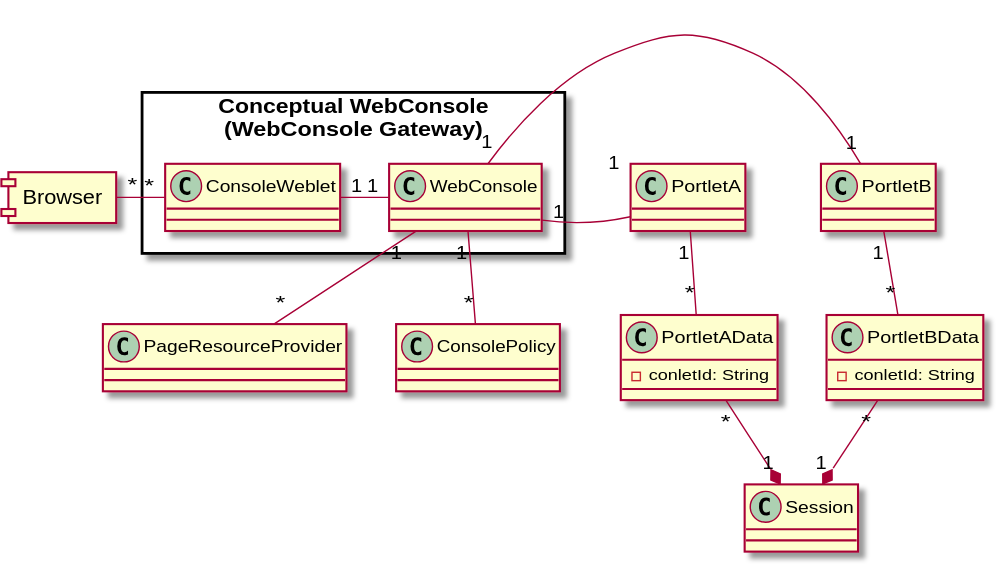
Earlier version of the PlantUML export javadoc-webconsole/org/jgrapes/webconsole/base/ConsoleStructure.svg (mnlipp/jgrapes). Source of this version:
```plantuml
@startuml
skinparam packageStyle rectangle
 allow_mixing

 component Browser

 package "Conceptual WebConsole\n(WebConsole Gateway)" {
    class WebConsole
 	  class ConsoleWeblet

    WebConsole "1" -left- "1" ConsoleWeblet
 }

 ConsoleWeblet "*" -left- "*" Browser

 together {

   WebConsole "1" -right- "1" PortletB
   WebConsole "1" -right- "1" PortletA

   class PortletAData {
     -conletId: String
   }

   PortletAData "*" -up- "1" PortletA

   class PortletBData {
     -conletId: String
   }

   PortletBData "*" -up- "1" PortletB

   PortletAData "*" -up-* "1" Session
   PortletBData "*" -up-* "1" Session
 }

 WebConsole "1" -down- "*" PageResourceProvider
 WebConsole "1" -down- "*" ConsolePolicy
@enduml
```
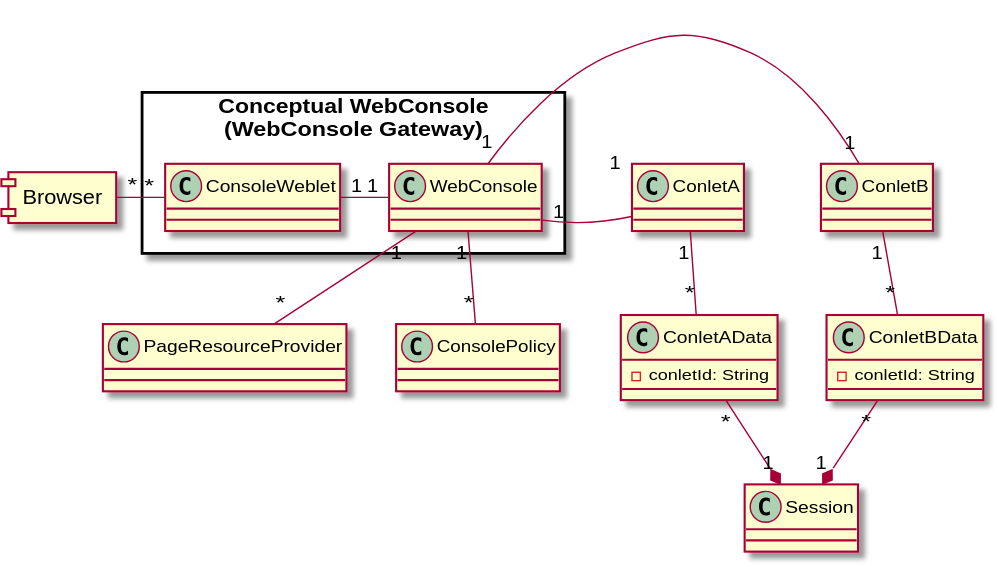
After the change.

The edit, as a diff of the source:
```diff
@@ -15,23 +15,23 @@
 
  together {
 
-   WebConsole "1" -right- "1" PortletB
-   WebConsole "1" -right- "1" PortletA
+   WebConsole "1" -right- "1" ConletB
+   WebConsole "1" -right- "1" ConletA
 
-   class PortletAData {
+   class ConletAData {
      -conletId: String
    }
 
-   PortletAData "*" -up- "1" PortletA
+   ConletAData "*" -up- "1" ConletA
 
-   class PortletBData {
+   class ConletBData {
      -conletId: String
    }
 
-   PortletBData "*" -up- "1" PortletB
+   ConletBData "*" -up- "1" ConletB
 
-   PortletAData "*" -up-* "1" Session
-   PortletBData "*" -up-* "1" Session
+   ConletAData "*" -up-* "1" Session
+   ConletBData "*" -up-* "1" Session
  }
 
  WebConsole "1" -down- "*" PageResourceProvider
```
